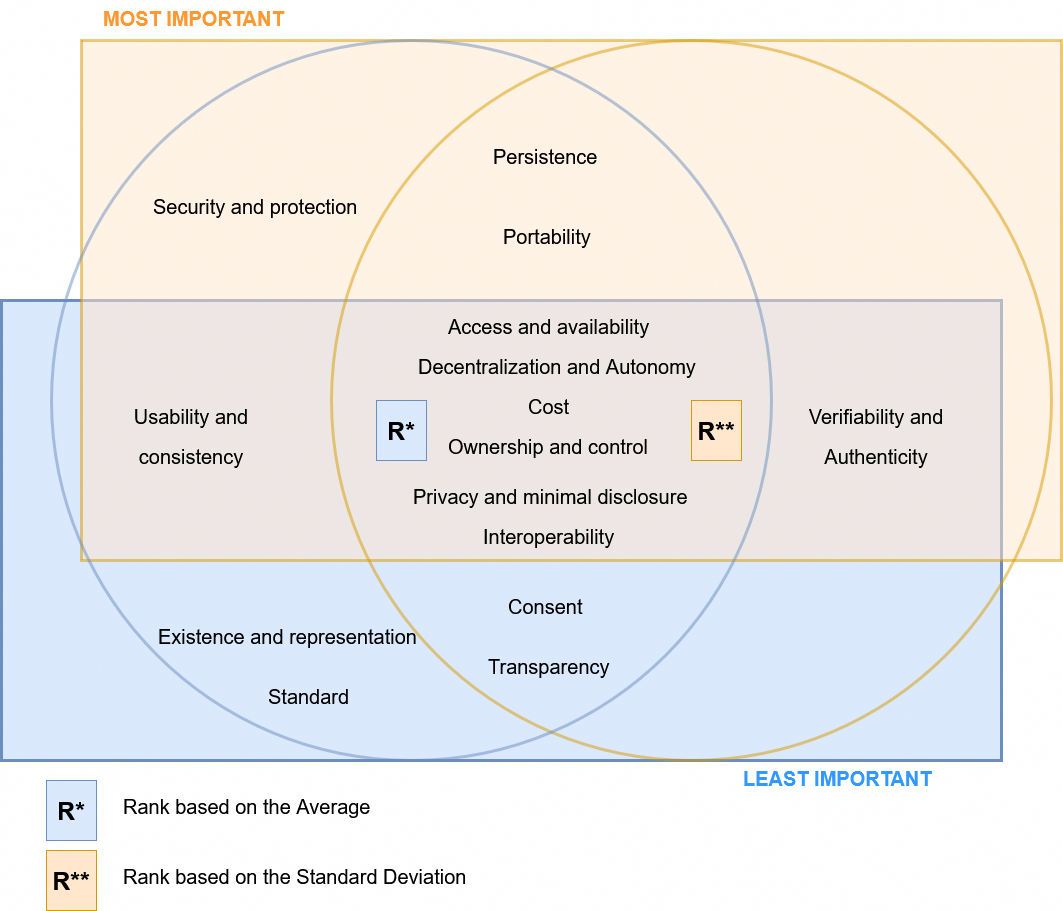
Above: definition/images/survey/ImportantProperties.png in cristianlepore/Self-Sovereign-Identity (draw.io), before the change. Source tidied: cells renumbered, new cells last; positions are measured from the earlier drawing's top-left corner, leaving out a move shared by most shapes. Its diagram source:
```xml
<mxGraphModel>
  <root>
    <mxCell id="0" />
    <mxCell id="1" parent="0" />
    <mxCell id="2" style="rounded=1;whiteSpace=wrap;html=1;arcSize=0;fillColor=#dae8fc;strokeColor=#6c8ebf;strokeWidth=3;" parent="1" vertex="1">
      <mxGeometry y="300" width="1000" height="460" as="geometry" />
    </mxCell>
    <mxCell id="3" style="rounded=1;whiteSpace=wrap;html=1;arcSize=0;fillColor=#ffe6cc;strokeColor=#d79b00;opacity=50;strokeWidth=3;" parent="1" vertex="1">
      <mxGeometry x="80" y="40" width="980" height="520" as="geometry" />
    </mxCell>
    <mxCell id="4" style="ellipse;whiteSpace=wrap;html=1;opacity=50;strokeWidth=3;fillColor=none;strokeColor=#d79b00;" parent="1" vertex="1">
      <mxGeometry x="330" y="40" width="720" height="720" as="geometry" />
    </mxCell>
    <mxCell id="5" value="&lt;div style=&quot;line-height: 200%;&quot; align=&quot;right&quot;&gt;&lt;font style=&quot;font-size: 20px; line-height: 200%;&quot;&gt;Ownership and control&lt;/font&gt;&lt;/div&gt;" style="text;whiteSpace=wrap;html=1;" parent="1" vertex="1">
      <mxGeometry x="445" y="420" width="230" height="60" as="geometry" />
    </mxCell>
    <mxCell id="6" value="&lt;div style=&quot;line-height: 200%;&quot; align=&quot;right&quot;&gt;&lt;font style=&quot;font-size: 20px; line-height: 200%;&quot;&gt;Access and availability&lt;/font&gt;&lt;/div&gt;" style="text;whiteSpace=wrap;html=1;" parent="1" vertex="1">
      <mxGeometry x="445" y="300" width="230" height="60" as="geometry" />
    </mxCell>
    <mxCell id="7" style="ellipse;whiteSpace=wrap;html=1;opacity=50;strokeWidth=3;fillColor=none;strokeColor=#6c8ebf;" parent="1" vertex="1">
      <mxGeometry x="50" y="40" width="720" height="720" as="geometry" />
    </mxCell>
    <mxCell id="8" value="&lt;div style=&quot;line-height: 200%;&quot; align=&quot;right&quot;&gt;&lt;font style=&quot;font-size: 20px; line-height: 200%;&quot;&gt;Transparency&lt;/font&gt;&lt;/div&gt;" style="text;whiteSpace=wrap;html=1;" parent="1" vertex="1">
      <mxGeometry x="485" y="640" width="160" height="60" as="geometry" />
    </mxCell>
    <mxCell id="9" value="&lt;div style=&quot;line-height: 200%;&quot; align=&quot;right&quot;&gt;&lt;font style=&quot;font-size: 20px; line-height: 200%;&quot;&gt;Persistence&lt;/font&gt;&lt;/div&gt;" style="text;whiteSpace=wrap;html=1;" parent="1" vertex="1">
      <mxGeometry x="490" y="130" width="140" height="60" as="geometry" />
    </mxCell>
    <mxCell id="10" value="&lt;div style=&quot;line-height: 200%;&quot; align=&quot;right&quot;&gt;&lt;font style=&quot;font-size: 20px; line-height: 200%;&quot;&gt;Portability&lt;/font&gt;&lt;/div&gt;" style="text;whiteSpace=wrap;html=1;" parent="1" vertex="1">
      <mxGeometry x="500" y="210" width="120" height="60" as="geometry" />
    </mxCell>
    <mxCell id="11" value="&lt;div style=&quot;line-height: 200%;&quot; align=&quot;right&quot;&gt;&lt;font style=&quot;font-size: 20px; line-height: 200%;&quot;&gt;Interoperability&lt;/font&gt;&lt;/div&gt;" style="text;whiteSpace=wrap;html=1;" parent="1" vertex="1">
      <mxGeometry x="480" y="510" width="160" height="60" as="geometry" />
    </mxCell>
    <mxCell id="12" value="&lt;div style=&quot;line-height: 200%;&quot; align=&quot;right&quot;&gt;&lt;font style=&quot;font-size: 20px; line-height: 200%;&quot;&gt;Consent&lt;/font&gt;&lt;/div&gt;" style="text;whiteSpace=wrap;html=1;" parent="1" vertex="1">
      <mxGeometry x="505" y="580" width="110" height="60" as="geometry" />
    </mxCell>
    <mxCell id="13" value="&lt;div style=&quot;line-height: 200%;&quot; align=&quot;right&quot;&gt;&lt;font style=&quot;font-size: 20px; line-height: 200%;&quot;&gt;Security and protection&lt;/font&gt;&lt;/div&gt;" style="text;whiteSpace=wrap;html=1;" parent="1" vertex="1">
      <mxGeometry x="150" y="180" width="240" height="60" as="geometry" />
    </mxCell>
    <mxCell id="14" value="&lt;div style=&quot;line-height: 200%;&quot; align=&quot;right&quot;&gt;&lt;font style=&quot;font-size: 20px; line-height: 200%;&quot;&gt;Privacy and minimal disclosure&lt;/font&gt;&lt;/div&gt;" style="text;whiteSpace=wrap;html=1;" parent="1" vertex="1">
      <mxGeometry x="410" y="470" width="310" height="60" as="geometry" />
    </mxCell>
    <mxCell id="15" value="&lt;div style=&quot;line-height: 200%;&quot; align=&quot;right&quot;&gt;&lt;font style=&quot;font-size: 20px; line-height: 200%;&quot;&gt;Standard&lt;/font&gt;&lt;/div&gt;" style="text;whiteSpace=wrap;html=1;" parent="1" vertex="1">
      <mxGeometry x="265" y="670" width="110" height="60" as="geometry" />
    </mxCell>
    <mxCell id="16" value="&lt;div style=&quot;line-height: 200%;&quot; align=&quot;right&quot;&gt;&lt;font style=&quot;font-size: 20px; line-height: 200%;&quot;&gt;Cost&lt;/font&gt;&lt;/div&gt;" style="text;whiteSpace=wrap;html=1;" parent="1" vertex="1">
      <mxGeometry x="525" y="380" width="70" height="60" as="geometry" />
    </mxCell>
    <mxCell id="17" value="&lt;div align=&quot;center&quot; style=&quot;line-height: 200%;&quot;&gt;&lt;font style=&quot;font-size: 20px; line-height: 200%;&quot;&gt;Usability and consistency&lt;/font&gt;&lt;/div&gt;" style="text;whiteSpace=wrap;html=1;align=center;" parent="1" vertex="1">
      <mxGeometry x="90" y="390" width="200" height="60" as="geometry" />
    </mxCell>
    <mxCell id="18" value="&lt;div style=&quot;line-height: 200%;&quot; align=&quot;right&quot;&gt;&lt;font style=&quot;font-size: 20px; line-height: 200%;&quot;&gt;Decentralization and Autonomy&lt;/font&gt;&lt;/div&gt;" style="text;whiteSpace=wrap;html=1;" parent="1" vertex="1">
      <mxGeometry x="415" y="340" width="310" height="60" as="geometry" />
    </mxCell>
    <mxCell id="19" value="&lt;div style=&quot;line-height: 200%;&quot;&gt;&lt;font style=&quot;font-size: 20px; line-height: 200%;&quot;&gt;Verifiability and Authenticity&lt;/font&gt;&lt;/div&gt;" style="text;whiteSpace=wrap;html=1;align=center;" parent="1" vertex="1">
      <mxGeometry x="760" y="390" width="230" height="60" as="geometry" />
    </mxCell>
    <mxCell id="20" value="&lt;div style=&quot;line-height: 200%;&quot; align=&quot;right&quot;&gt;&lt;font style=&quot;font-size: 20px; line-height: 200%;&quot;&gt;Rank based on the Standard Deviation&lt;/font&gt;&lt;/div&gt;" style="text;whiteSpace=wrap;html=1;" parent="1" vertex="1">
      <mxGeometry x="120" y="850" width="400" height="60" as="geometry" />
    </mxCell>
    <mxCell id="21" value="&lt;div style=&quot;line-height: 200%;&quot; align=&quot;right&quot;&gt;&lt;span style=&quot;color: rgb(255, 153, 51);&quot;&gt;&lt;b&gt;&lt;font style=&quot;font-size: 20px;&quot;&gt;MOST IMPORTANT&lt;/font&gt;&lt;/b&gt;&lt;/span&gt;&lt;br&gt;&lt;/div&gt;" style="text;whiteSpace=wrap;html=1;" parent="1" vertex="1">
      <mxGeometry x="100" width="240" height="60" as="geometry" />
    </mxCell>
    <mxCell id="22" value="&lt;div style=&quot;line-height: 200%;&quot; align=&quot;right&quot;&gt;&lt;b&gt;&lt;font style=&quot;font-size: 20px; color: rgb(51, 153, 255);&quot;&gt;LEAST IMPORTANT&lt;/font&gt;&lt;span style=&quot;color: rgba(0, 0, 0, 0);&quot;&gt;&lt;br&gt;&lt;/span&gt;&lt;/b&gt;&lt;/div&gt;" style="text;whiteSpace=wrap;html=1;" parent="1" vertex="1">
      <mxGeometry x="740" y="760" width="240" height="60" as="geometry" />
    </mxCell>
    <mxCell id="23" value="&lt;b&gt;&lt;font style=&quot;font-size: 25px;&quot;&gt;R*&lt;/font&gt;&lt;/b&gt;" style="rounded=0;whiteSpace=wrap;html=1;fillColor=#dae8fc;strokeColor=#6c8ebf;" parent="1" vertex="1">
      <mxGeometry x="375" y="400" width="50" height="60" as="geometry" />
    </mxCell>
    <mxCell id="24" value="&lt;font style=&quot;font-size: 25px;&quot;&gt;&lt;b&gt;R**&lt;/b&gt;&lt;/font&gt;" style="rounded=0;whiteSpace=wrap;html=1;fillColor=#ffe6cc;strokeColor=#d79b00;" parent="1" vertex="1">
      <mxGeometry x="690" y="400" width="50" height="60" as="geometry" />
    </mxCell>
    <mxCell id="25" value="&lt;b&gt;&lt;font style=&quot;font-size: 25px;&quot;&gt;R*&lt;/font&gt;&lt;/b&gt;" style="rounded=0;whiteSpace=wrap;html=1;fillColor=#dae8fc;strokeColor=#6c8ebf;" parent="1" vertex="1">
      <mxGeometry x="45" y="780" width="50" height="60" as="geometry" />
    </mxCell>
    <mxCell id="26" value="&lt;font style=&quot;font-size: 25px;&quot;&gt;&lt;b&gt;R**&lt;/b&gt;&lt;/font&gt;" style="rounded=0;whiteSpace=wrap;html=1;fillColor=#ffe6cc;strokeColor=#d79b00;" parent="1" vertex="1">
      <mxGeometry x="45" y="850" width="50" height="60" as="geometry" />
    </mxCell>
    <mxCell id="27" value="&lt;div style=&quot;line-height: 200%;&quot; align=&quot;right&quot;&gt;&lt;font style=&quot;font-size: 20px; line-height: 200%;&quot;&gt;Rank based on the Average&lt;/font&gt;&lt;/div&gt;" style="text;whiteSpace=wrap;html=1;" parent="1" vertex="1">
      <mxGeometry x="120" y="780" width="290" height="60" as="geometry" />
    </mxCell>
    <mxCell id="28" value="&lt;div style=&quot;line-height: 200%;&quot; align=&quot;right&quot;&gt;&lt;font style=&quot;font-size: 20px; line-height: 200%;&quot;&gt;Existence and representation&lt;/font&gt;&lt;/div&gt;" style="text;whiteSpace=wrap;html=1;" parent="1" vertex="1">
      <mxGeometry x="155" y="610" width="290" height="60" as="geometry" />
    </mxCell>
  </root>
</mxGraphModel>
```
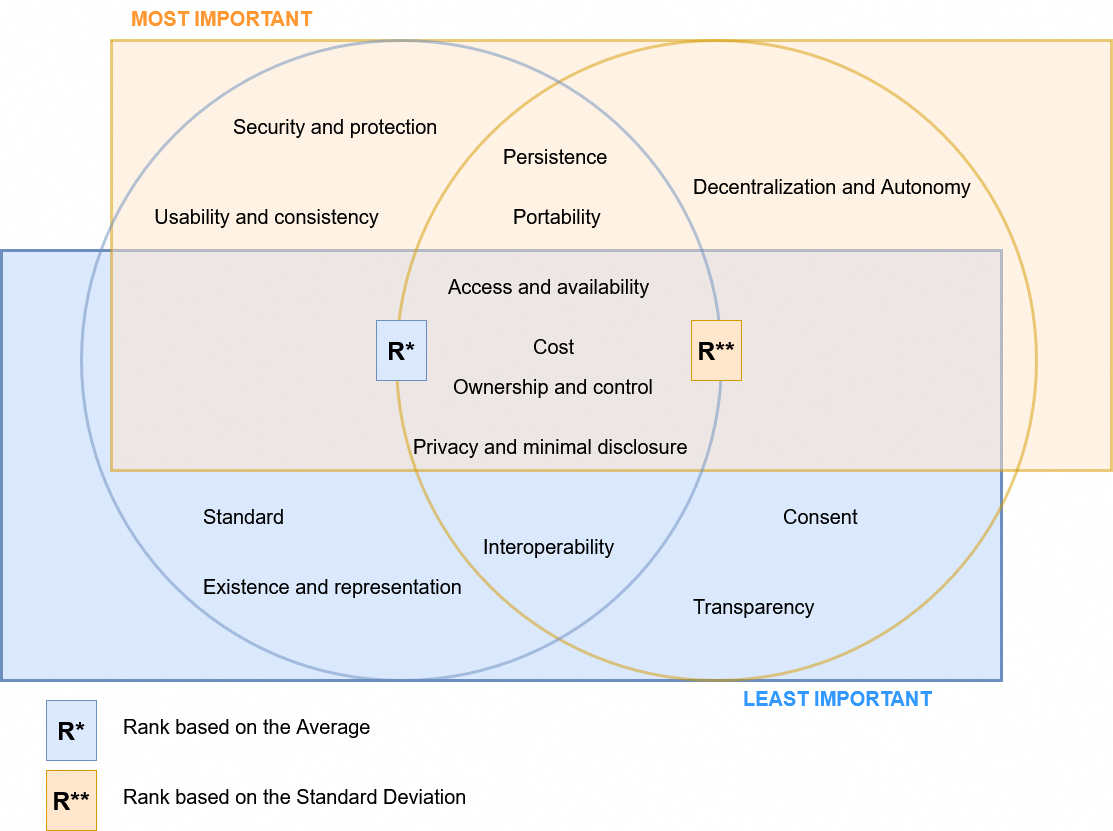
Later version of the same file.

What changed in the source:
```diff
@@ -3,64 +3,61 @@
     <mxCell id="0" />
     <mxCell id="1" parent="0" />
     <mxCell id="2" style="rounded=1;whiteSpace=wrap;html=1;arcSize=0;fillColor=#dae8fc;strokeColor=#6c8ebf;strokeWidth=3;" parent="1" vertex="1">
-      <mxGeometry y="300" width="1000" height="460" as="geometry" />
+      <mxGeometry y="330" width="1000" height="430" as="geometry" />
     </mxCell>
     <mxCell id="3" style="rounded=1;whiteSpace=wrap;html=1;arcSize=0;fillColor=#ffe6cc;strokeColor=#d79b00;opacity=50;strokeWidth=3;" parent="1" vertex="1">
-      <mxGeometry x="80" y="40" width="980" height="520" as="geometry" />
+      <mxGeometry x="110" y="120" width="1000" height="430" as="geometry" />
     </mxCell>
     <mxCell id="4" style="ellipse;whiteSpace=wrap;html=1;opacity=50;strokeWidth=3;fillColor=none;strokeColor=#d79b00;" parent="1" vertex="1">
-      <mxGeometry x="330" y="40" width="720" height="720" as="geometry" />
+      <mxGeometry x="395" y="120" width="640" height="640" as="geometry" />
     </mxCell>
+    <mxCell id="7" style="ellipse;whiteSpace=wrap;html=1;opacity=50;strokeWidth=3;fillColor=none;strokeColor=#6c8ebf;" parent="1" vertex="1">
+      <mxGeometry x="80" y="120" width="640" height="640" as="geometry" />
+    </mxCell>
     <mxCell id="5" value="&lt;div style=&quot;line-height: 200%;&quot; align=&quot;right&quot;&gt;&lt;font style=&quot;font-size: 20px; line-height: 200%;&quot;&gt;Ownership and control&lt;/font&gt;&lt;/div&gt;" style="text;whiteSpace=wrap;html=1;" parent="1" vertex="1">
-      <mxGeometry x="445" y="420" width="230" height="60" as="geometry" />
+      <mxGeometry x="450" y="440" width="230" height="60" as="geometry" />
     </mxCell>
     <mxCell id="6" value="&lt;div style=&quot;line-height: 200%;&quot; align=&quot;right&quot;&gt;&lt;font style=&quot;font-size: 20px; line-height: 200%;&quot;&gt;Access and availability&lt;/font&gt;&lt;/div&gt;" style="text;whiteSpace=wrap;html=1;" parent="1" vertex="1">
-      <mxGeometry x="445" y="300" width="230" height="60" as="geometry" />
+      <mxGeometry x="445" y="340" width="230" height="60" as="geometry" />
     </mxCell>
-    <mxCell id="7" style="ellipse;whiteSpace=wrap;html=1;opacity=50;strokeWidth=3;fillColor=none;strokeColor=#6c8ebf;" parent="1" vertex="1">
-      <mxGeometry x="50" y="40" width="720" height="720" as="geometry" />
-    </mxCell>
     <mxCell id="8" value="&lt;div style=&quot;line-height: 200%;&quot; align=&quot;right&quot;&gt;&lt;font style=&quot;font-size: 20px; line-height: 200%;&quot;&gt;Transparency&lt;/font&gt;&lt;/div&gt;" style="text;whiteSpace=wrap;html=1;" parent="1" vertex="1">
-      <mxGeometry x="485" y="640" width="160" height="60" as="geometry" />
+      <mxGeometry x="690" y="660" width="160" height="60" as="geometry" />
     </mxCell>
     <mxCell id="9" value="&lt;div style=&quot;line-height: 200%;&quot; align=&quot;right&quot;&gt;&lt;font style=&quot;font-size: 20px; line-height: 200%;&quot;&gt;Persistence&lt;/font&gt;&lt;/div&gt;" style="text;whiteSpace=wrap;html=1;" parent="1" vertex="1">
-      <mxGeometry x="490" y="130" width="140" height="60" as="geometry" />
+      <mxGeometry x="500" y="210" width="140" height="60" as="geometry" />
     </mxCell>
     <mxCell id="10" value="&lt;div style=&quot;line-height: 200%;&quot; align=&quot;right&quot;&gt;&lt;font style=&quot;font-size: 20px; line-height: 200%;&quot;&gt;Portability&lt;/font&gt;&lt;/div&gt;" style="text;whiteSpace=wrap;html=1;" parent="1" vertex="1">
-      <mxGeometry x="500" y="210" width="120" height="60" as="geometry" />
+      <mxGeometry x="510" y="270" width="120" height="60" as="geometry" />
     </mxCell>
     <mxCell id="11" value="&lt;div style=&quot;line-height: 200%;&quot; align=&quot;right&quot;&gt;&lt;font style=&quot;font-size: 20px; line-height: 200%;&quot;&gt;Interoperability&lt;/font&gt;&lt;/div&gt;" style="text;whiteSpace=wrap;html=1;" parent="1" vertex="1">
-      <mxGeometry x="480" y="510" width="160" height="60" as="geometry" />
+      <mxGeometry x="480" y="600" width="160" height="60" as="geometry" />
     </mxCell>
     <mxCell id="12" value="&lt;div style=&quot;line-height: 200%;&quot; align=&quot;right&quot;&gt;&lt;font style=&quot;font-size: 20px; line-height: 200%;&quot;&gt;Consent&lt;/font&gt;&lt;/div&gt;" style="text;whiteSpace=wrap;html=1;" parent="1" vertex="1">
-      <mxGeometry x="505" y="580" width="110" height="60" as="geometry" />
+      <mxGeometry x="780" y="570" width="110" height="60" as="geometry" />
     </mxCell>
     <mxCell id="13" value="&lt;div style=&quot;line-height: 200%;&quot; align=&quot;right&quot;&gt;&lt;font style=&quot;font-size: 20px; line-height: 200%;&quot;&gt;Security and protection&lt;/font&gt;&lt;/div&gt;" style="text;whiteSpace=wrap;html=1;" parent="1" vertex="1">
-      <mxGeometry x="150" y="180" width="240" height="60" as="geometry" />
+      <mxGeometry x="230" y="180" width="240" height="60" as="geometry" />
     </mxCell>
     <mxCell id="14" value="&lt;div style=&quot;line-height: 200%;&quot; align=&quot;right&quot;&gt;&lt;font style=&quot;font-size: 20px; line-height: 200%;&quot;&gt;Privacy and minimal disclosure&lt;/font&gt;&lt;/div&gt;" style="text;whiteSpace=wrap;html=1;" parent="1" vertex="1">
-      <mxGeometry x="410" y="470" width="310" height="60" as="geometry" />
+      <mxGeometry x="410" y="500" width="310" height="60" as="geometry" />
     </mxCell>
     <mxCell id="15" value="&lt;div style=&quot;line-height: 200%;&quot; align=&quot;right&quot;&gt;&lt;font style=&quot;font-size: 20px; line-height: 200%;&quot;&gt;Standard&lt;/font&gt;&lt;/div&gt;" style="text;whiteSpace=wrap;html=1;" parent="1" vertex="1">
-      <mxGeometry x="265" y="670" width="110" height="60" as="geometry" />
+      <mxGeometry x="200" y="570" width="110" height="60" as="geometry" />
     </mxCell>
     <mxCell id="16" value="&lt;div style=&quot;line-height: 200%;&quot; align=&quot;right&quot;&gt;&lt;font style=&quot;font-size: 20px; line-height: 200%;&quot;&gt;Cost&lt;/font&gt;&lt;/div&gt;" style="text;whiteSpace=wrap;html=1;" parent="1" vertex="1">
-      <mxGeometry x="525" y="380" width="70" height="60" as="geometry" />
+      <mxGeometry x="530" y="400" width="70" height="60" as="geometry" />
     </mxCell>
     <mxCell id="17" value="&lt;div align=&quot;center&quot; style=&quot;line-height: 200%;&quot;&gt;&lt;font style=&quot;font-size: 20px; line-height: 200%;&quot;&gt;Usability and consistency&lt;/font&gt;&lt;/div&gt;" style="text;whiteSpace=wrap;html=1;align=center;" parent="1" vertex="1">
-      <mxGeometry x="90" y="390" width="200" height="60" as="geometry" />
+      <mxGeometry x="127.5" y="270" width="275" height="60" as="geometry" />
     </mxCell>
     <mxCell id="18" value="&lt;div style=&quot;line-height: 200%;&quot; align=&quot;right&quot;&gt;&lt;font style=&quot;font-size: 20px; line-height: 200%;&quot;&gt;Decentralization and Autonomy&lt;/font&gt;&lt;/div&gt;" style="text;whiteSpace=wrap;html=1;" parent="1" vertex="1">
-      <mxGeometry x="415" y="340" width="310" height="60" as="geometry" />
+      <mxGeometry x="690" y="240" width="310" height="60" as="geometry" />
     </mxCell>
-    <mxCell id="19" value="&lt;div style=&quot;line-height: 200%;&quot;&gt;&lt;font style=&quot;font-size: 20px; line-height: 200%;&quot;&gt;Verifiability and Authenticity&lt;/font&gt;&lt;/div&gt;" style="text;whiteSpace=wrap;html=1;align=center;" parent="1" vertex="1">
-      <mxGeometry x="760" y="390" width="230" height="60" as="geometry" />
-    </mxCell>
     <mxCell id="20" value="&lt;div style=&quot;line-height: 200%;&quot; align=&quot;right&quot;&gt;&lt;font style=&quot;font-size: 20px; line-height: 200%;&quot;&gt;Rank based on the Standard Deviation&lt;/font&gt;&lt;/div&gt;" style="text;whiteSpace=wrap;html=1;" parent="1" vertex="1">
-      <mxGeometry x="120" y="850" width="400" height="60" as="geometry" />
+      <mxGeometry x="120" y="850" width="440" height="60" as="geometry" />
     </mxCell>
     <mxCell id="21" value="&lt;div style=&quot;line-height: 200%;&quot; align=&quot;right&quot;&gt;&lt;span style=&quot;color: rgb(255, 153, 51);&quot;&gt;&lt;b&gt;&lt;font style=&quot;font-size: 20px;&quot;&gt;MOST IMPORTANT&lt;/font&gt;&lt;/b&gt;&lt;/span&gt;&lt;br&gt;&lt;/div&gt;" style="text;whiteSpace=wrap;html=1;" parent="1" vertex="1">
-      <mxGeometry x="100" width="240" height="60" as="geometry" />
+      <mxGeometry x="127.5" y="80" width="240" height="60" as="geometry" />
     </mxCell>
     <mxCell id="22" value="&lt;div style=&quot;line-height: 200%;&quot; align=&quot;right&quot;&gt;&lt;b&gt;&lt;font style=&quot;font-size: 20px; color: rgb(51, 153, 255);&quot;&gt;LEAST IMPORTANT&lt;/font&gt;&lt;span style=&quot;color: rgba(0, 0, 0, 0);&quot;&gt;&lt;br&gt;&lt;/span&gt;&lt;/b&gt;&lt;/div&gt;" style="text;whiteSpace=wrap;html=1;" parent="1" vertex="1">
       <mxGeometry x="740" y="760" width="240" height="60" as="geometry" />
@@ -78,10 +75,10 @@
       <mxGeometry x="45" y="850" width="50" height="60" as="geometry" />
     </mxCell>
     <mxCell id="27" value="&lt;div style=&quot;line-height: 200%;&quot; align=&quot;right&quot;&gt;&lt;font style=&quot;font-size: 20px; line-height: 200%;&quot;&gt;Rank based on the Average&lt;/font&gt;&lt;/div&gt;" style="text;whiteSpace=wrap;html=1;" parent="1" vertex="1">
-      <mxGeometry x="120" y="780" width="290" height="60" as="geometry" />
+      <mxGeometry x="120" y="780" width="330" height="60" as="geometry" />
     </mxCell>
     <mxCell id="28" value="&lt;div style=&quot;line-height: 200%;&quot; align=&quot;right&quot;&gt;&lt;font style=&quot;font-size: 20px; line-height: 200%;&quot;&gt;Existence and representation&lt;/font&gt;&lt;/div&gt;" style="text;whiteSpace=wrap;html=1;" parent="1" vertex="1">
-      <mxGeometry x="155" y="610" width="290" height="60" as="geometry" />
+      <mxGeometry x="200" y="640" width="290" height="60" as="geometry" />
     </mxCell>
   </root>
 </mxGraphModel>
```
